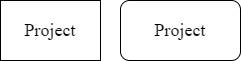
hantwofish/recode keeps this draw.io diagram as 设计模式/figure/fig.drawio.png. Above is the earlier version. Source tidied: cells renumbered, new cells last; positions are measured from the earlier drawing's top-left corner, leaving out a move shared by most shapes. Source of this version:
```xml
<mxGraphModel background="#FFFFFF">
  <root>
    <mxCell id="0" />
    <mxCell id="1" parent="0" />
    <mxCell id="2" value="&lt;font face=&quot;Times New Roman&quot; style=&quot;font-size: 18px&quot;&gt;Project&lt;/font&gt;" style="rounded=0;whiteSpace=wrap;html=1;labelBackgroundColor=none;fillColor=none;" parent="1" vertex="1">
      <mxGeometry width="100" height="60" as="geometry" />
    </mxCell>
    <mxCell id="3" value="&lt;span style=&quot;font-family: &amp;#34;times new roman&amp;#34; ; font-size: 18px&quot;&gt;Project&lt;/span&gt;" style="rounded=1;whiteSpace=wrap;html=1;labelBackgroundColor=none;fontFamily=Helvetica;fontSize=12;fontColor=default;strokeColor=default;fillColor=none;" parent="1" vertex="1">
      <mxGeometry x="120" width="120" height="60" as="geometry" />
    </mxCell>
  </root>
</mxGraphModel>
```
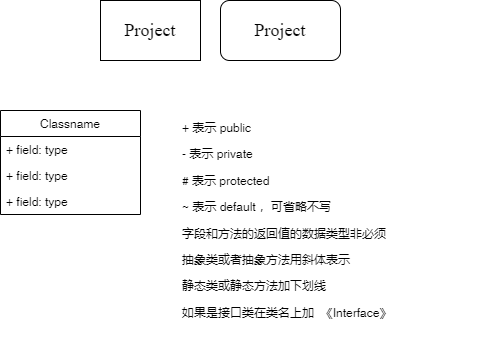
The same file after the commit.

Diff of the diagram source:
```diff
@@ -8,5 +8,20 @@
     <mxCell id="3" value="&lt;span style=&quot;font-family: &amp;#34;times new roman&amp;#34; ; font-size: 18px&quot;&gt;Project&lt;/span&gt;" style="rounded=1;whiteSpace=wrap;html=1;labelBackgroundColor=none;fontFamily=Helvetica;fontSize=12;fontColor=default;strokeColor=default;fillColor=none;" parent="1" vertex="1">
       <mxGeometry x="120" width="120" height="60" as="geometry" />
     </mxCell>
+    <mxCell id="4" value="Classname" style="swimlane;fontStyle=0;horizontal=1;startSize=26;fillColor=none;" parent="1" vertex="1">
+      <mxGeometry x="-100" y="110" width="140" height="104" as="geometry" />
+    </mxCell>
+    <mxCell id="5" value="+ field: type" style="text;strokeColor=none;fillColor=none;align=left;verticalAlign=top;spacingLeft=4;spacingRight=4;overflow=hidden;" parent="4" vertex="1">
+      <mxGeometry y="26" width="140" height="26" as="geometry" />
+    </mxCell>
+    <mxCell id="6" value="+ field: type" style="text;strokeColor=none;fillColor=none;align=left;verticalAlign=top;spacingLeft=4;spacingRight=4;overflow=hidden;" parent="4" vertex="1">
+      <mxGeometry y="52" width="140" height="26" as="geometry" />
+    </mxCell>
+    <mxCell id="7" value="+ field: type" style="text;strokeColor=none;fillColor=none;align=left;verticalAlign=top;spacingLeft=4;spacingRight=4;overflow=hidden;" parent="4" vertex="1">
+      <mxGeometry y="78" width="140" height="26" as="geometry" />
+    </mxCell>
+    <mxCell id="8" value="&lt;p&gt;+ 表示 public&lt;/p&gt;&lt;p&gt;- 表示 private&lt;/p&gt;&lt;p&gt;# 表示 protected&lt;/p&gt;&lt;p&gt;~ 表示 default ，可省略不写&lt;/p&gt;&lt;p&gt;字段和方法的返回值的数据类型非必须&lt;/p&gt;&lt;p&gt;抽象类或者抽象方法用斜体表示&lt;/p&gt;&lt;p&gt;静态类或静态方法加下划线&lt;/p&gt;&lt;p&gt;如果是接口类在类名上加&amp;nbsp; 《Interface》&lt;/p&gt;" style="text;html=1;strokeColor=none;fillColor=none;align=left;verticalAlign=middle;whiteSpace=wrap;rounded=0;" parent="1" vertex="1">
+      <mxGeometry x="80" y="100" width="310" height="240" as="geometry" />
+    </mxCell>
   </root>
 </mxGraphModel>
```
